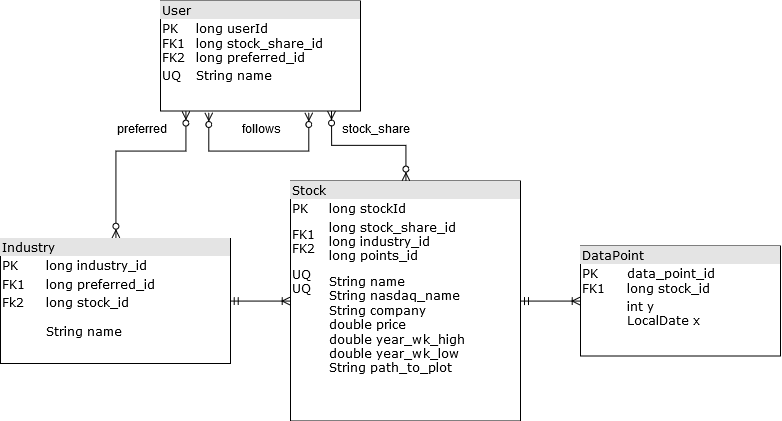
stock-rollers/stock-rollers.github.io keeps this draw.io diagram as docs/erd.png. Above is the earlier version. Source tidied: cells renumbered, new cells last; positions are measured from the earlier drawing's top-left corner, leaving out a move shared by most shapes.
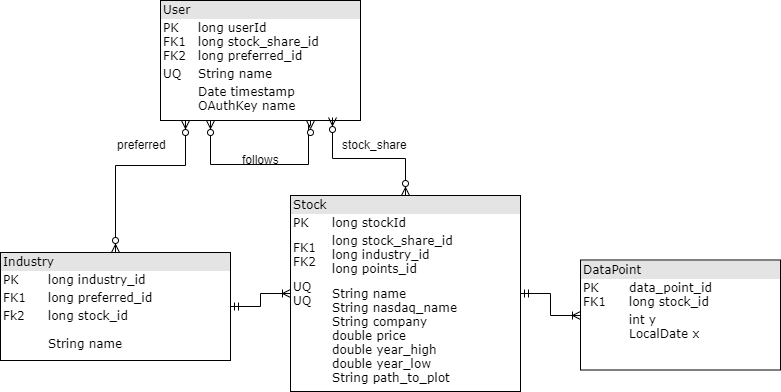
After the change.

Commit message:
Updated links and erd.

Change to the diagram source:
```diff
@@ -2,24 +2,22 @@
   <root>
     <mxCell id="0" />
     <mxCell id="1" parent="0" />
-    <mxCell id="2" value="&lt;div style=&quot;box-sizing: border-box ; width: 100% ; background: #e4e4e4 ; padding: 2px&quot;&gt;User&lt;/div&gt;&lt;table style=&quot;width: 100% ; font-size: 1em&quot; cellspacing=&quot;0&quot; cellpadding=&quot;2&quot;&gt;&lt;tbody&gt;&lt;tr&gt;&lt;td&gt;PK&lt;br&gt;FK1&lt;br&gt;FK2&lt;br&gt;&lt;/td&gt;&lt;td&gt;long userId&lt;br&gt;long stock_share_id&lt;br&gt;long preferred_id&lt;br&gt;&lt;/td&gt;&lt;/tr&gt;&lt;tr&gt;&lt;td&gt;UQ&lt;br&gt;&lt;/td&gt;&lt;td&gt;String name&lt;br&gt;&lt;/td&gt;&lt;/tr&gt;&lt;tr&gt;&lt;td&gt;&lt;br&gt;&lt;/td&gt;&lt;td&gt;&lt;br&gt;&lt;/td&gt;&lt;/tr&gt;&lt;/tbody&gt;&lt;/table&gt;" style="verticalAlign=top;align=left;overflow=fill;html=1;rounded=0;shadow=0;comic=0;labelBackgroundColor=none;strokeColor=#000000;strokeWidth=1;fillColor=#ffffff;fontFamily=Verdana;fontSize=12;fontColor=#000000;" parent="1" vertex="1">
-      <mxGeometry x="160" y="0.5" width="200" height="110" as="geometry" />
+    <mxCell id="2" value="&lt;div style=&quot;box-sizing: border-box ; width: 100% ; background: #e4e4e4 ; padding: 2px&quot;&gt;User&lt;/div&gt;&lt;table style=&quot;width: 100% ; font-size: 1em&quot; cellspacing=&quot;0&quot; cellpadding=&quot;2&quot;&gt;&lt;tbody&gt;&lt;tr&gt;&lt;td&gt;PK&lt;br&gt;FK1&lt;br&gt;FK2&lt;br&gt;&lt;/td&gt;&lt;td&gt;long userId&lt;br&gt;long stock_share_id&lt;br&gt;long preferred_id&lt;br&gt;&lt;/td&gt;&lt;/tr&gt;&lt;tr&gt;&lt;td&gt;UQ&lt;br&gt;&lt;/td&gt;&lt;td&gt;String name&lt;br&gt;&lt;/td&gt;&lt;/tr&gt;&lt;tr&gt;&lt;td&gt;&lt;br&gt;&lt;/td&gt;&lt;td&gt;Date timestamp&lt;br&gt;OAuthKey name&lt;/td&gt;&lt;/tr&gt;&lt;/tbody&gt;&lt;/table&gt;" style="verticalAlign=top;align=left;overflow=fill;html=1;rounded=0;shadow=0;comic=0;labelBackgroundColor=none;strokeColor=#000000;strokeWidth=1;fillColor=#ffffff;fontFamily=Verdana;fontSize=12;fontColor=#000000;" parent="1" vertex="1">
+      <mxGeometry x="160" y="-14" width="200" height="120" as="geometry" />
     </mxCell>
-    <mxCell id="3" style="edgeStyle=orthogonalEdgeStyle;rounded=0;jettySize=auto;html=1;exitX=0.5;exitY=0;exitDx=0;exitDy=0;endArrow=ERzeroToMany;endFill=1;startArrow=ERzeroToMany;startFill=1;" parent="1" edge="1" source="4">
-      <mxGeometry relative="1" as="geometry">
-        <mxPoint x="331" y="110.5" as="targetPoint" />
-      </mxGeometry>
+    <mxCell id="3" style="edgeStyle=orthogonalEdgeStyle;rounded=0;jettySize=auto;html=1;exitX=0.5;exitY=0;exitDx=0;exitDy=0;endArrow=ERzeroToMany;endFill=1;startArrow=ERzeroToMany;startFill=1;entryX=0.862;entryY=0.971;entryDx=0;entryDy=0;entryPerimeter=0;" parent="1" edge="1" source="4" target="2">
+      <mxGeometry relative="1" as="geometry" />
     </mxCell>
-    <mxCell id="4" value="&lt;div style=&quot;box-sizing: border-box ; width: 100% ; background: #e4e4e4 ; padding: 2px&quot;&gt;Stock&lt;/div&gt;&lt;table style=&quot;width: 100% ; font-size: 1em&quot; cellspacing=&quot;0&quot; cellpadding=&quot;2&quot;&gt;&lt;tbody&gt;&lt;tr&gt;&lt;td&gt;PK&lt;/td&gt;&lt;td&gt;long stockId&lt;/td&gt;&lt;/tr&gt;&lt;tr&gt;&lt;td&gt;FK1&lt;br&gt;FK2&lt;br&gt;&lt;/td&gt;&lt;td&gt;long stock_share_id&lt;br&gt;long industry_id&lt;br&gt;long points_id&lt;br&gt;&lt;/td&gt;&lt;/tr&gt;&lt;tr&gt;&lt;td&gt;UQ&lt;br&gt;UQ&lt;br&gt;&lt;br&gt;&lt;br&gt;&lt;br&gt;&lt;br&gt;&lt;br&gt;&lt;br&gt;&lt;br&gt;&lt;/td&gt;&lt;td&gt;String name&lt;br&gt;String nasdaq_name&lt;br&gt;String company&lt;br&gt;double price&lt;br&gt;double year_wk_high&lt;br&gt;double year_wk_low&lt;br&gt;String path_to_plot&lt;br&gt;&lt;br&gt;&lt;/td&gt;&lt;/tr&gt;&lt;/tbody&gt;&lt;/table&gt;" style="verticalAlign=top;align=left;overflow=fill;html=1;rounded=0;shadow=0;comic=0;labelBackgroundColor=none;strokeColor=#000000;strokeWidth=1;fillColor=#ffffff;fontFamily=Verdana;fontSize=12;fontColor=#000000;" parent="1" vertex="1">
-      <mxGeometry x="290" y="180.5" width="230" height="240" as="geometry" />
+    <mxCell id="4" value="&lt;div style=&quot;box-sizing: border-box ; width: 100% ; background: #e4e4e4 ; padding: 2px&quot;&gt;Stock&lt;/div&gt;&lt;table style=&quot;width: 100% ; font-size: 1em&quot; cellspacing=&quot;0&quot; cellpadding=&quot;2&quot;&gt;&lt;tbody&gt;&lt;tr&gt;&lt;td&gt;PK&lt;/td&gt;&lt;td&gt;long stockId&lt;/td&gt;&lt;/tr&gt;&lt;tr&gt;&lt;td&gt;FK1&lt;br&gt;FK2&lt;br&gt;&lt;/td&gt;&lt;td&gt;long stock_share_id&lt;br&gt;long industry_id&lt;br&gt;long points_id&lt;br&gt;&lt;/td&gt;&lt;/tr&gt;&lt;tr&gt;&lt;td&gt;UQ&lt;br&gt;UQ&lt;br&gt;&lt;br&gt;&lt;br&gt;&lt;br&gt;&lt;br&gt;&lt;br&gt;&lt;br&gt;&lt;br&gt;&lt;/td&gt;&lt;td&gt;String name&lt;br&gt;String nasdaq_name&lt;br&gt;String company&lt;br&gt;double price&lt;br&gt;double year_high&lt;br&gt;double year_low&lt;br&gt;String path_to_plot&lt;br&gt;&lt;br&gt;&lt;/td&gt;&lt;/tr&gt;&lt;/tbody&gt;&lt;/table&gt;" style="verticalAlign=top;align=left;overflow=fill;html=1;rounded=0;shadow=0;comic=0;labelBackgroundColor=none;strokeColor=#000000;strokeWidth=1;fillColor=#ffffff;fontFamily=Verdana;fontSize=12;fontColor=#000000;" parent="1" vertex="1">
+      <mxGeometry x="290" y="181" width="230" height="196" as="geometry" />
     </mxCell>
-    <mxCell id="5" style="edgeStyle=orthogonalEdgeStyle;rounded=0;orthogonalLoop=1;jettySize=auto;html=1;startArrow=ERzeroToMany;startFill=1;endArrow=ERzeroToMany;endFill=1;" parent="1" edge="1">
+    <mxCell id="5" style="edgeStyle=orthogonalEdgeStyle;rounded=0;orthogonalLoop=1;jettySize=auto;html=1;startArrow=ERzeroToMany;startFill=1;endArrow=ERzeroToMany;endFill=1;entryX=0.25;entryY=1;entryDx=0;entryDy=0;exitX=0.75;exitY=1;exitDx=0;exitDy=0;" parent="1" edge="1" source="2" target="2">
       <mxGeometry relative="1" as="geometry">
-        <mxPoint x="308" y="112" as="sourcePoint" />
-        <mxPoint x="208" y="112" as="targetPoint" />
         <Array as="points">
+          <mxPoint x="310" y="111" />
+          <mxPoint x="308" y="111" />
           <mxPoint x="308" y="150" />
-          <mxPoint x="208" y="150" />
+          <mxPoint x="210" y="150" />
         </Array>
       </mxGeometry>
     </mxCell>
@@ -35,10 +33,10 @@
       <mxGeometry relative="1" as="geometry" />
     </mxCell>
     <mxCell id="8" value="&lt;div style=&quot;box-sizing: border-box ; width: 100% ; background: #e4e4e4 ; padding: 2px&quot;&gt;Industry&lt;br&gt;&lt;/div&gt;&lt;table style=&quot;width: 100% ; font-size: 1em&quot; cellspacing=&quot;0&quot; cellpadding=&quot;2&quot;&gt;&lt;tbody&gt;&lt;tr&gt;&lt;td&gt;PK&lt;/td&gt;&lt;td&gt;long industry_id&lt;br&gt;&lt;/td&gt;&lt;/tr&gt;&lt;tr&gt;&lt;td&gt;FK1&lt;/td&gt;&lt;td&gt;long preferred_id&lt;br&gt;&lt;/td&gt;&lt;/tr&gt;&lt;tr&gt;&lt;td&gt;Fk2&lt;br&gt;&lt;br&gt;&lt;br&gt;&lt;br&gt;&lt;br&gt;&lt;br&gt;&lt;br&gt;&lt;br&gt;&lt;br&gt;&lt;br&gt;&lt;br&gt;&lt;br&gt;&lt;/td&gt;&lt;td&gt;long stock_id&lt;br&gt;&lt;br&gt;String name&lt;br&gt;&lt;br&gt;&lt;br&gt;&lt;br&gt;&lt;br&gt;&lt;br&gt;&lt;br&gt;&lt;br&gt;&lt;br&gt;&lt;br&gt;&lt;/td&gt;&lt;/tr&gt;&lt;/tbody&gt;&lt;/table&gt;" style="verticalAlign=top;align=left;overflow=fill;html=1;rounded=0;shadow=0;comic=0;labelBackgroundColor=none;strokeColor=#000000;strokeWidth=1;fillColor=#ffffff;fontFamily=Verdana;fontSize=12;fontColor=#000000;" parent="1" vertex="1">
-      <mxGeometry y="238" width="230" height="125" as="geometry" />
+      <mxGeometry y="238" width="230" height="108" as="geometry" />
     </mxCell>
     <mxCell id="9" value="follows" style="text;html=1;align=left;verticalAlign=top;spacingTop=-4;" parent="1" vertex="1">
-      <mxGeometry x="240" y="120.5" width="50" height="20" as="geometry" />
+      <mxGeometry x="240" y="135.5" width="50" height="20" as="geometry" />
     </mxCell>
     <mxCell id="10" value="preferred" style="text;html=1;align=left;verticalAlign=top;spacingTop=-4;" parent="1" vertex="1">
       <mxGeometry x="115" y="120.5" width="60" height="20" as="geometry" />
```
